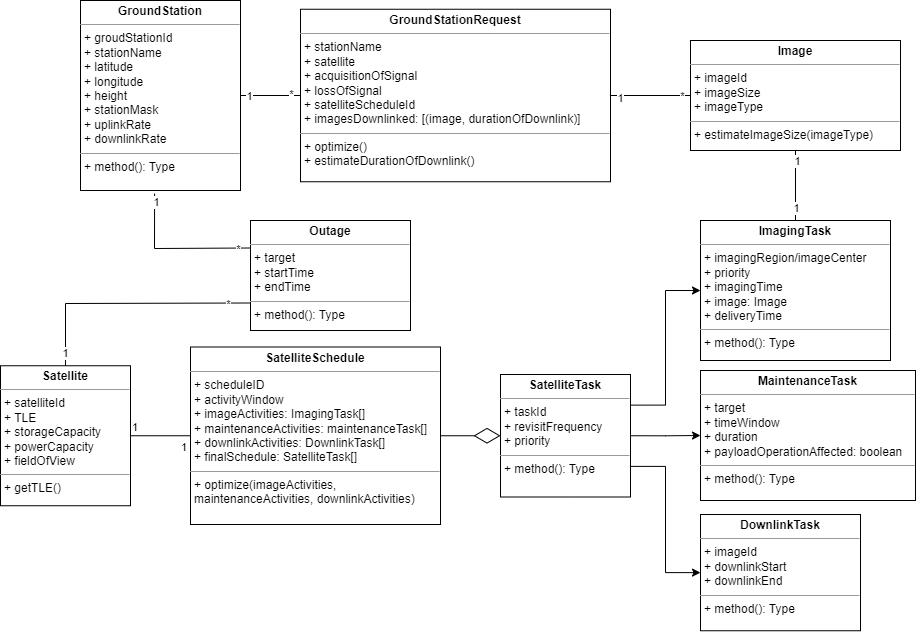
Above: models/UML_model.png in YuJ-Li/Satellite_Operations_Services_Optimizer (draw.io), before the change. Source tidied: cells renumbered, new cells last; positions are measured from the earlier drawing's top-left corner, leaving out a move shared by most shapes.
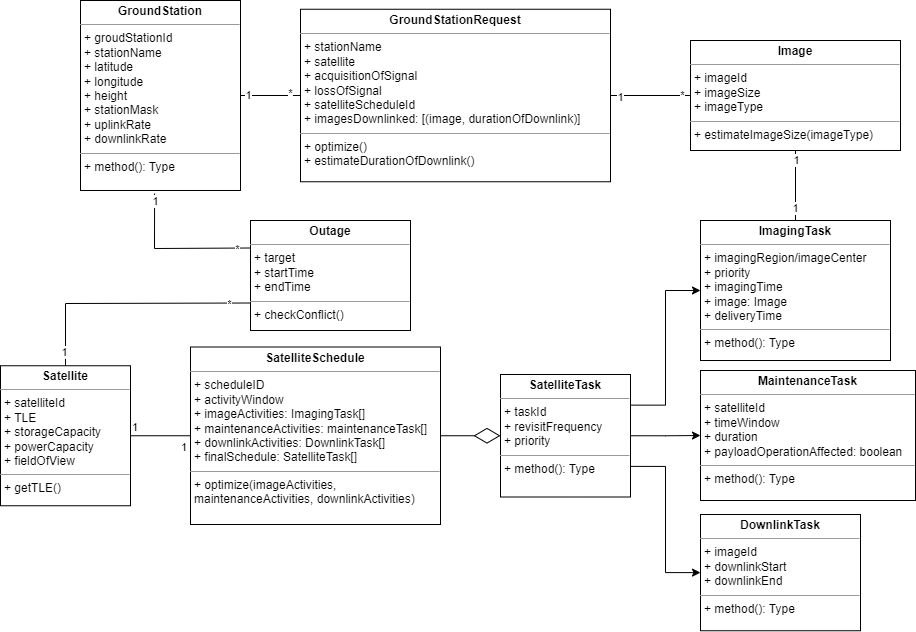
After the commit.

What changed in the source:
```diff
@@ -26,7 +26,7 @@
     <mxCell id="9" value="&lt;p style=&quot;margin:0px;margin-top:4px;text-align:center;&quot;&gt;&lt;b&gt;ImagingTask&lt;/b&gt;&lt;/p&gt;&lt;hr size=&quot;1&quot;&gt;&lt;p style=&quot;margin:0px;margin-left:4px;&quot;&gt;&lt;span style=&quot;background-color: initial;&quot;&gt;+ imagingRegion/imageCenter&lt;/span&gt;&lt;br&gt;&lt;/p&gt;&lt;p style=&quot;margin:0px;margin-left:4px;&quot;&gt;&lt;span style=&quot;background-color: initial;&quot;&gt;+ priority&lt;/span&gt;&lt;/p&gt;&lt;p style=&quot;margin:0px;margin-left:4px;&quot;&gt;+ imagingTime&lt;/p&gt;&lt;p style=&quot;margin:0px;margin-left:4px;&quot;&gt;+ image: Image&lt;/p&gt;&lt;p style=&quot;margin:0px;margin-left:4px;&quot;&gt;+ deliveryTime&lt;/p&gt;&lt;hr size=&quot;1&quot;&gt;&lt;p style=&quot;margin:0px;margin-left:4px;&quot;&gt;+ method(): Type&lt;/p&gt;" style="verticalAlign=top;align=left;overflow=fill;fontSize=12;fontFamily=Helvetica;html=1;whiteSpace=wrap;" parent="1" vertex="1">
       <mxGeometry x="700" y="220" width="190" height="140" as="geometry" />
     </mxCell>
-    <mxCell id="10" value="&lt;p style=&quot;margin:0px;margin-top:4px;text-align:center;&quot;&gt;&lt;b&gt;MaintenanceTask&lt;/b&gt;&lt;/p&gt;&lt;hr size=&quot;1&quot;&gt;&lt;p style=&quot;margin:0px;margin-left:4px;&quot;&gt;&lt;span style=&quot;background-color: initial;&quot;&gt;+ target&lt;/span&gt;&lt;/p&gt;&lt;p style=&quot;margin:0px;margin-left:4px;&quot;&gt;&lt;span style=&quot;background-color: initial;&quot;&gt;+ timeWindow&lt;/span&gt;&lt;/p&gt;&lt;p style=&quot;margin:0px;margin-left:4px;&quot;&gt;&lt;span style=&quot;background-color: initial;&quot;&gt;+ duration&lt;/span&gt;&lt;/p&gt;&lt;p style=&quot;margin:0px;margin-left:4px;&quot;&gt;&lt;span style=&quot;background-color: initial;&quot;&gt;+ payloadOperationAffected: boolean&lt;/span&gt;&lt;/p&gt;&lt;hr size=&quot;1&quot;&gt;&lt;p style=&quot;margin:0px;margin-left:4px;&quot;&gt;+ method(): Type&lt;/p&gt;" style="verticalAlign=top;align=left;overflow=fill;fontSize=12;fontFamily=Helvetica;html=1;whiteSpace=wrap;" parent="1" vertex="1">
+    <mxCell id="10" value="&lt;p style=&quot;margin:0px;margin-top:4px;text-align:center;&quot;&gt;&lt;b&gt;MaintenanceTask&lt;/b&gt;&lt;/p&gt;&lt;hr size=&quot;1&quot;&gt;&lt;p style=&quot;margin:0px;margin-left:4px;&quot;&gt;&lt;span style=&quot;background-color: initial;&quot;&gt;+ satelliteId&lt;/span&gt;&lt;/p&gt;&lt;p style=&quot;margin:0px;margin-left:4px;&quot;&gt;&lt;span style=&quot;background-color: initial;&quot;&gt;+ timeWindow&lt;/span&gt;&lt;/p&gt;&lt;p style=&quot;margin:0px;margin-left:4px;&quot;&gt;&lt;span style=&quot;background-color: initial;&quot;&gt;+ duration&lt;/span&gt;&lt;/p&gt;&lt;p style=&quot;margin:0px;margin-left:4px;&quot;&gt;&lt;span style=&quot;background-color: initial;&quot;&gt;+ payloadOperationAffected: boolean&lt;/span&gt;&lt;/p&gt;&lt;hr size=&quot;1&quot;&gt;&lt;p style=&quot;margin:0px;margin-left:4px;&quot;&gt;+ method(): Type&lt;/p&gt;" style="verticalAlign=top;align=left;overflow=fill;fontSize=12;fontFamily=Helvetica;html=1;whiteSpace=wrap;" parent="1" vertex="1">
       <mxGeometry x="700" y="370" width="215" height="130" as="geometry" />
     </mxCell>
     <mxCell id="11" value="&lt;p style=&quot;margin:0px;margin-top:4px;text-align:center;&quot;&gt;&lt;b&gt;GroundStationRequest&lt;/b&gt;&lt;/p&gt;&lt;hr size=&quot;1&quot;&gt;&lt;p style=&quot;margin:0px;margin-left:4px;&quot;&gt;+ stationName&lt;/p&gt;&lt;p style=&quot;margin:0px;margin-left:4px;&quot;&gt;+ satellite&lt;/p&gt;&lt;p style=&quot;margin:0px;margin-left:4px;&quot;&gt;+ acquisitionOfSignal&lt;/p&gt;&lt;p style=&quot;margin:0px;margin-left:4px;&quot;&gt;+ lossOfSignal&lt;/p&gt;&lt;p style=&quot;margin:0px;margin-left:4px;&quot;&gt;+ satelliteScheduleId&lt;/p&gt;&lt;p style=&quot;margin:0px;margin-left:4px;&quot;&gt;+ imagesDownlinked: [(image, durationOfDownlink)]&lt;/p&gt;&lt;hr size=&quot;1&quot;&gt;&lt;p style=&quot;margin:0px;margin-left:4px;&quot;&gt;+ optimize()&lt;br&gt;&lt;/p&gt;&lt;p style=&quot;margin:0px;margin-left:4px;&quot;&gt;+ estimateDurationOfDownlink()&lt;/p&gt;" style="verticalAlign=top;align=left;overflow=fill;fontSize=12;fontFamily=Helvetica;html=1;whiteSpace=wrap;" parent="1" vertex="1">
@@ -43,7 +43,7 @@
         <mxPoint x="-3" y="20" as="offset" />
       </mxGeometry>
     </mxCell>
-    <mxCell id="15" value="&lt;p style=&quot;margin:0px;margin-top:4px;text-align:center;&quot;&gt;&lt;b&gt;Outage&lt;/b&gt;&lt;/p&gt;&lt;hr size=&quot;1&quot;&gt;&lt;p style=&quot;margin:0px;margin-left:4px;&quot;&gt;+ target&lt;/p&gt;&lt;p style=&quot;margin:0px;margin-left:4px;&quot;&gt;+ startTime&lt;/p&gt;&lt;p style=&quot;margin:0px;margin-left:4px;&quot;&gt;+ endTime&lt;/p&gt;&lt;hr size=&quot;1&quot;&gt;&lt;p style=&quot;margin:0px;margin-left:4px;&quot;&gt;+ method(): Type&lt;/p&gt;" style="verticalAlign=top;align=left;overflow=fill;fontSize=12;fontFamily=Helvetica;html=1;whiteSpace=wrap;" parent="1" vertex="1">
+    <mxCell id="15" value="&lt;p style=&quot;margin:0px;margin-top:4px;text-align:center;&quot;&gt;&lt;b&gt;Outage&lt;/b&gt;&lt;/p&gt;&lt;hr size=&quot;1&quot;&gt;&lt;p style=&quot;margin:0px;margin-left:4px;&quot;&gt;+ target&lt;/p&gt;&lt;p style=&quot;margin:0px;margin-left:4px;&quot;&gt;+ startTime&lt;/p&gt;&lt;p style=&quot;margin:0px;margin-left:4px;&quot;&gt;+ endTime&lt;/p&gt;&lt;hr size=&quot;1&quot;&gt;&lt;p style=&quot;margin:0px;margin-left:4px;&quot;&gt;+ checkConflict()&lt;/p&gt;" style="verticalAlign=top;align=left;overflow=fill;fontSize=12;fontFamily=Helvetica;html=1;whiteSpace=wrap;" parent="1" vertex="1">
       <mxGeometry x="250" y="220" width="160" height="110" as="geometry" />
     </mxCell>
     <mxCell id="16" value="&lt;p style=&quot;margin:0px;margin-top:4px;text-align:center;&quot;&gt;&lt;b&gt;DownlinkTask&lt;/b&gt;&lt;/p&gt;&lt;hr size=&quot;1&quot;&gt;&lt;p style=&quot;margin:0px;margin-left:4px;&quot;&gt;+ imageId&lt;/p&gt;&lt;p style=&quot;margin:0px;margin-left:4px;&quot;&gt;+ downlinkStart&lt;/p&gt;&lt;p style=&quot;margin:0px;margin-left:4px;&quot;&gt;+ downlinkEnd&lt;/p&gt;&lt;hr size=&quot;1&quot;&gt;&lt;p style=&quot;margin:0px;margin-left:4px;&quot;&gt;+ method(): Type&lt;/p&gt;" style="verticalAlign=top;align=left;overflow=fill;fontSize=12;fontFamily=Helvetica;html=1;whiteSpace=wrap;" parent="1" vertex="1">
```
